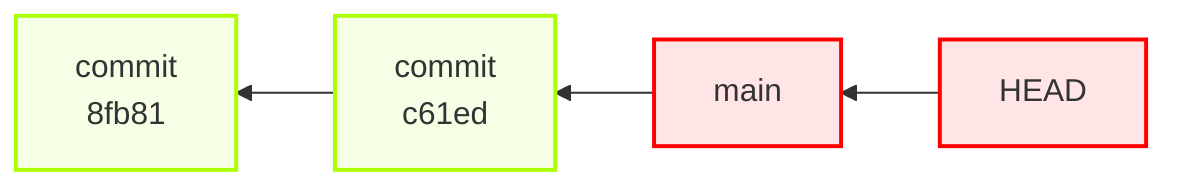
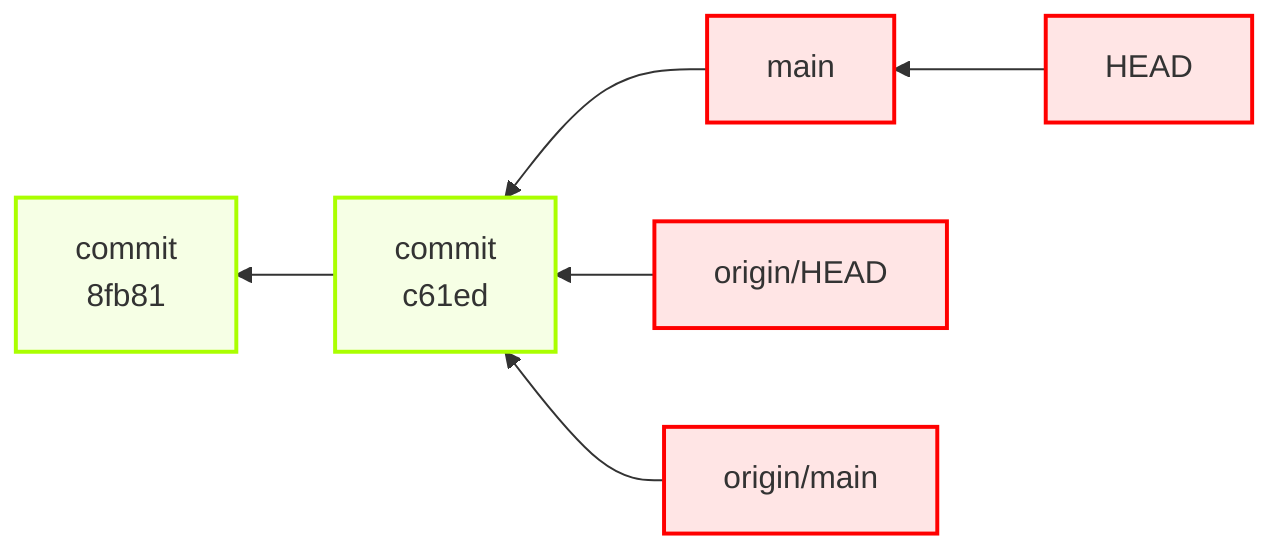
flowchart RL
    HEAD["HEAD"]
    refs_heads_main["main"]
    c61edbef2405d779b6f3a7bd006e68f095e7ed87["commit<br/>c61ed"]
    8fb8112ef48db44d2d05e1764e69d43c68e16cf7["commit<br/>8fb81"]
+     refs_remotes_origin_HEAD["origin/HEAD"]
+     refs_remotes_origin_main["origin/main"]
    HEAD --> refs_heads_main
    refs_heads_main --> c61edbef2405d779b6f3a7bd006e68f095e7ed87
    c61edbef2405d779b6f3a7bd006e68f095e7ed87 --> 8fb8112ef48db44d2d05e1764e69d43c68e16cf7
+     refs_remotes_origin_HEAD --> c61edbef2405d779b6f3a7bd006e68f095e7ed87
+     refs_remotes_origin_main --> c61edbef2405d779b6f3a7bd006e68f095e7ed87
    style HEAD fill:#ffe5e5,stroke:#ff0000,stroke-width:2px
    style refs_heads_main fill:#ffe5e5,stroke:#ff0000,stroke-width:2px
    style c61edbef2405d779b6f3a7bd006e68f095e7ed87 fill:#f6ffe5,stroke:#aaff00,stroke-width:2px
    style 8fb8112ef48db44d2d05e1764e69d43c68e16cf7 fill:#f6ffe5,stroke:#aaff00,stroke-width:2px
+     style refs_remotes_origin_HEAD fill:#ffe5e5,stroke:#ff0000,stroke-width:2px
+     style refs_remotes_origin_main fill:#ffe5e5,stroke:#ff0000,stroke-width:2px
